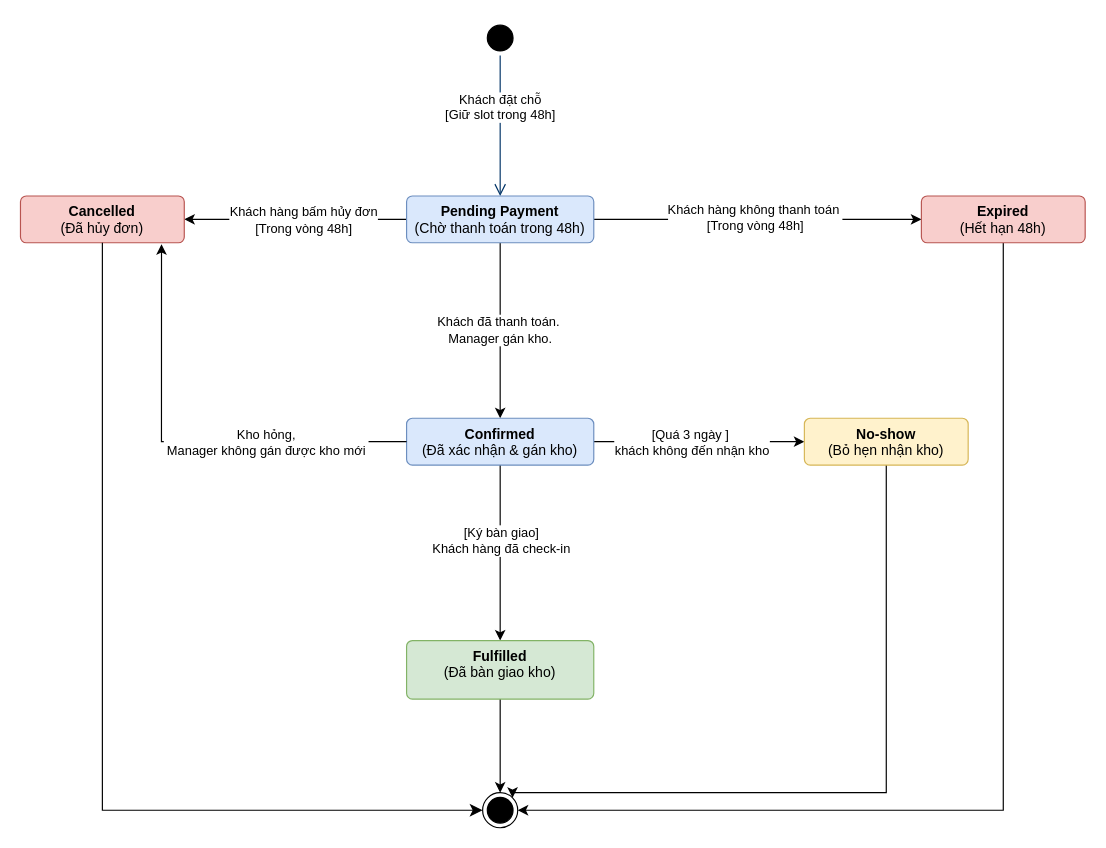
Before: docs/diagrams/state-machine-diagram-reservation.drawio in Nguyen-Van-Gia-Binh/Self-Storage-Facility-Rental-and-Management-System, a draw.io diagram. Source tidied: cells renumbered, new cells numbered last; positions are measured from the earlier drawing's top-left corner, leaving out a move shared by most shapes. Both pictures are drawn from the tidied source at 117%, with x=0, y=0 at pixel (20, 20).
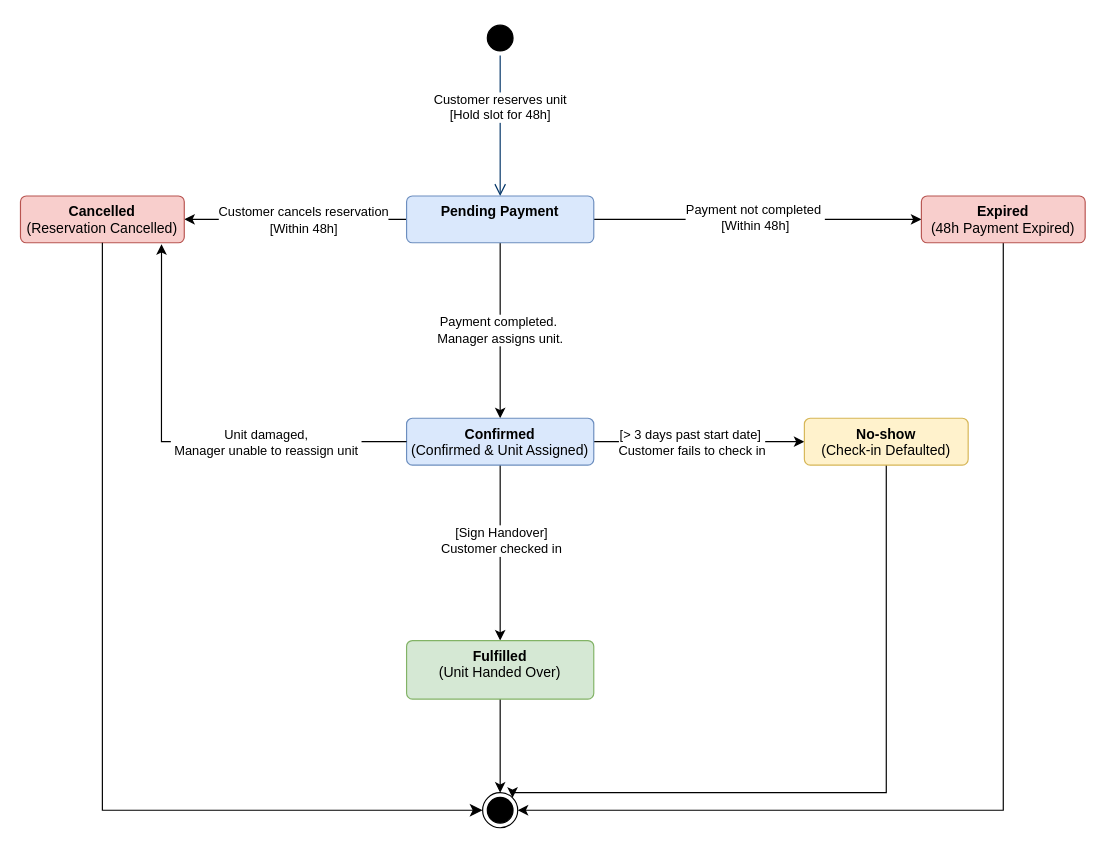
Above is the later version.

Commit message (it also covers changes not shown here):
docs(diagram): thêm ERD conceptual, quan hệ lõi và Logical Data Model (#28)

The change refers to these unchanged cells:
```xml
<mxCell id="2" style="ellipse;html=1;shape=startState;fillColor=#000000;strokeColor=#000000;" parent="1" vertex="1">
  <mxGeometry x="395" width="30" height="30" as="geometry" />
</mxCell>
<mxCell id="5" style="edgeStyle=orthogonalEdgeStyle;rounded=0;jettySize=auto;html=1;" parent="1" edge="1" source="9" target="17">
  <mxGeometry relative="1" as="geometry" />
</mxCell>
<mxCell id="7" style="edgeStyle=orthogonalEdgeStyle;rounded=0;jettySize=auto;html=1;" parent="1" edge="1" source="9" target="25">
  <mxGeometry relative="1" as="geometry" />
</mxCell>
<mxCell id="10" style="edgeStyle=orthogonalEdgeStyle;rounded=0;jettySize=auto;html=1;" parent="1" edge="1" source="14" target="16">
  <mxGeometry relative="1" as="geometry" />
</mxCell>
<mxCell id="12" style="edgeStyle=orthogonalEdgeStyle;rounded=0;jettySize=auto;html=1;" parent="1" edge="1" source="14" target="23">
  <mxGeometry relative="1" as="geometry" />
</mxCell>
<mxCell id="20" style="edgeStyle=orthogonalEdgeStyle;rounded=0;jettySize=auto;html=1;entryX=0.861;entryY=1.03;entryDx=0;entryDy=0;entryPerimeter=0;" parent="1" edge="1" source="14" target="17">
  <mxGeometry relative="1" as="geometry" />
</mxCell>
```

Change to the diagram source:
```diff
@@
-    <mxCell id="3" value="Khách đặt chỗ&lt;div&gt;[Giữ slot trong 48h]&lt;/div&gt;" style="edgeStyle=orthogonalEdgeStyle;html=1;verticalAlign=bottom;endArrow=open;endSize=8;strokeColor=#003366;rounded=0;entryX=0.5;entryY=0;entryDx=0;entryDy=0;" parent="1" edge="1" source="2" target="9">
+    <mxCell id="3" value="Customer reserves unit&lt;div&gt;[Hold slot for 48h]&lt;/div&gt;" style="edgeStyle=orthogonalEdgeStyle;html=1;verticalAlign=bottom;endArrow=open;endSize=8;strokeColor=#003366;rounded=0;entryX=0.5;entryY=0;entryDx=0;entryDy=0;" parent="1" edge="1" source="2" target="9">
       <mxGeometry relative="1" as="geometry" />
     </mxCell>
-    <mxCell id="4" value="Khách đã thanh toán.&amp;nbsp;&lt;div&gt;Manager gán kho.&lt;/div&gt;" style="edgeStyle=orthogonalEdgeStyle;rounded=0;jettySize=auto;html=1;" parent="1" edge="1" source="9" target="14">
+    <mxCell id="4" value="Payment completed.&amp;nbsp;&lt;div&gt;Manager assigns unit.&lt;/div&gt;" style="edgeStyle=orthogonalEdgeStyle;rounded=0;jettySize=auto;html=1;" parent="1" edge="1" source="9" target="14">
       <mxGeometry relative="1" as="geometry" />
     </mxCell>
@@
-    <mxCell id="6" value="Khách hàng bấm hủy đơn&lt;div&gt;[Trong vòng 48h]&lt;/div&gt;" style="edgeLabel;html=1;align=center;verticalAlign=middle;" parent="5" vertex="1">
+    <mxCell id="6" value="Customer cancels reservation&lt;div&gt;[Within 48h]&lt;/div&gt;" style="edgeLabel;html=1;align=center;verticalAlign=middle;" parent="5" vertex="1">
       <mxGeometry x="0.16" relative="1" as="geometry">
         <mxPoint x="21" as="offset" />
       </mxGeometry>
     </mxCell>
@@
-    <mxCell id="8" value="Khách hàng không thanh toán&amp;nbsp;&lt;div&gt;[Trong vòng 48h]&lt;/div&gt;" style="edgeLabel;html=1;align=center;verticalAlign=middle;" parent="7" vertex="1">
+    <mxCell id="8" value="Payment not completed&amp;nbsp;&lt;div&gt;[Within 48h]&lt;/div&gt;" style="edgeLabel;html=1;align=center;verticalAlign=middle;" parent="7" vertex="1">
       <mxGeometry x="-0.02" y="2" relative="1" as="geometry" />
     </mxCell>
-    <mxCell id="9" value="&lt;b&gt;Pending Payment&lt;/b&gt;&lt;div&gt;(Chờ thanh toán trong 48h)&lt;/div&gt;" style="html=1;align=center;verticalAlign=top;rounded=1;absoluteArcSize=1;arcSize=10;dashed=0;whiteSpace=wrap;fillColor=#dae8fc;strokeColor=#6c8ebf;" parent="1" vertex="1">
+    <mxCell id="9" value="&lt;b&gt;Pending Payment&lt;/b&gt;&lt;div&gt;&lt;/div&gt;" style="html=1;align=center;verticalAlign=top;rounded=1;absoluteArcSize=1;arcSize=10;dashed=0;whiteSpace=wrap;fillColor=#dae8fc;strokeColor=#6c8ebf;" parent="1" vertex="1">
       <mxGeometry x="330" y="150" width="160" height="40" as="geometry" />
     </mxCell>
@@
-    <mxCell id="11" value="[Ký bàn giao]&lt;div&gt;Khách hàng đã check-in&lt;/div&gt;" style="edgeLabel;html=1;align=center;verticalAlign=middle;" parent="10" vertex="1">
+    <mxCell id="11" value="[Sign Handover]&lt;div&gt;Customer checked in&lt;/div&gt;" style="edgeLabel;html=1;align=center;verticalAlign=middle;" parent="10" vertex="1">
       <mxGeometry x="-0.26" y="1" relative="1" as="geometry">
         <mxPoint x="-1" y="8" as="offset" />
       </mxGeometry>
     </mxCell>
@@
-    <mxCell id="13" value="[Quá 3 ngày ]&amp;nbsp;&lt;div&gt;khách không đến nhận kho&lt;/div&gt;" style="edgeLabel;html=1;align=center;verticalAlign=middle;" parent="12" vertex="1">
+    <mxCell id="13" value="[&gt; 3 days past start date]&amp;nbsp;&lt;div&gt;Customer fails to check in&lt;/div&gt;" style="edgeLabel;html=1;align=center;verticalAlign=middle;" parent="12" vertex="1">
       <mxGeometry x="0.05" relative="1" as="geometry">
         <mxPoint x="-12" as="offset" />
       </mxGeometry>
     </mxCell>
-    <mxCell id="14" value="&lt;b&gt;Confirmed&lt;/b&gt;&lt;div&gt;(Đã xác nhận &amp;amp; gán kho)&lt;/div&gt;" style="html=1;align=center;verticalAlign=top;rounded=1;absoluteArcSize=1;arcSize=10;dashed=0;whiteSpace=wrap;fillColor=#dae8fc;strokeColor=#6c8ebf;" parent="1" vertex="1">
+    <mxCell id="14" value="&lt;b&gt;Confirmed&lt;/b&gt;&lt;div&gt;(Confirmed &amp;amp; Unit Assigned)&lt;/div&gt;" style="html=1;align=center;verticalAlign=top;rounded=1;absoluteArcSize=1;arcSize=10;dashed=0;whiteSpace=wrap;fillColor=#dae8fc;strokeColor=#6c8ebf;" parent="1" vertex="1">
       <mxGeometry x="330" y="340" width="160" height="40" as="geometry" />
     </mxCell>
@@
-    <mxCell id="16" value="&lt;b&gt;Fulfilled&lt;/b&gt;&lt;div&gt;(Đã bàn giao kho)&lt;/div&gt;" style="html=1;align=center;verticalAlign=top;rounded=1;absoluteArcSize=1;arcSize=10;dashed=0;whiteSpace=wrap;fillColor=#d5e8d4;strokeColor=#82b366;" parent="1" vertex="1">
+    <mxCell id="16" value="&lt;b&gt;Fulfilled&lt;/b&gt;&lt;div&gt;(Unit Handed Over)&lt;/div&gt;" style="html=1;align=center;verticalAlign=top;rounded=1;absoluteArcSize=1;arcSize=10;dashed=0;whiteSpace=wrap;fillColor=#d5e8d4;strokeColor=#82b366;" parent="1" vertex="1">
       <mxGeometry x="330" y="530" width="160" height="50" as="geometry" />
     </mxCell>
-    <mxCell id="17" value="&lt;b&gt;Cancelled&lt;/b&gt;&lt;div&gt;(Đã hủy đơn)&lt;/div&gt;" style="html=1;align=center;verticalAlign=top;rounded=1;absoluteArcSize=1;arcSize=10;dashed=0;whiteSpace=wrap;fillColor=#f8cecc;strokeColor=#b85450;" parent="1" vertex="1">
+    <mxCell id="17" value="&lt;b&gt;Cancelled&lt;/b&gt;&lt;div&gt;(Reservation Cancelled)&lt;/div&gt;" style="html=1;align=center;verticalAlign=top;rounded=1;absoluteArcSize=1;arcSize=10;dashed=0;whiteSpace=wrap;fillColor=#f8cecc;strokeColor=#b85450;" parent="1" vertex="1">
       <mxGeometry y="150" width="140" height="40" as="geometry" />
     </mxCell>
@@
-    <mxCell id="21" value="Kho hỏng,&lt;div&gt;&amp;nbsp;Manager không gán được kho mới&amp;nbsp;&lt;/div&gt;" style="edgeLabel;html=1;align=center;verticalAlign=middle;" parent="20" vertex="1">
+    <mxCell id="21" value="Unit damaged,&lt;div&gt;&amp;nbsp;Manager unable to reassign unit&amp;nbsp;&lt;/div&gt;" style="edgeLabel;html=1;align=center;verticalAlign=middle;" parent="20" vertex="1">
       <mxGeometry x="-0.21" y="-1" relative="1" as="geometry">
         <mxPoint x="28" y="1" as="offset" />
       </mxGeometry>
     </mxCell>
@@
-    <mxCell id="23" value="&lt;b&gt;No-show&lt;/b&gt;&lt;div&gt;(Bỏ hẹn nhận kho)&lt;/div&gt;" style="html=1;align=center;verticalAlign=top;rounded=1;absoluteArcSize=1;arcSize=10;dashed=0;whiteSpace=wrap;fillColor=#fff2cc;strokeColor=#d6b656;" parent="1" vertex="1">
+    <mxCell id="23" value="&lt;b&gt;No-show&lt;/b&gt;&lt;div&gt;(Check-in Defaulted)&lt;/div&gt;" style="html=1;align=center;verticalAlign=top;rounded=1;absoluteArcSize=1;arcSize=10;dashed=0;whiteSpace=wrap;fillColor=#fff2cc;strokeColor=#d6b656;" parent="1" vertex="1">
       <mxGeometry x="670" y="340" width="140" height="40" as="geometry" />
     </mxCell>
@@
-    <mxCell id="25" value="&lt;b&gt;Expired&lt;/b&gt;&lt;div&gt;(Hết hạn 48h)&lt;/div&gt;" style="html=1;align=center;verticalAlign=top;rounded=1;absoluteArcSize=1;arcSize=10;dashed=0;whiteSpace=wrap;fillColor=#f8cecc;strokeColor=#b85450;" parent="1" vertex="1">
+    <mxCell id="25" value="&lt;b&gt;Expired&lt;/b&gt;&lt;div&gt;(48h Payment Expired)&lt;/div&gt;" style="html=1;align=center;verticalAlign=top;rounded=1;absoluteArcSize=1;arcSize=10;dashed=0;whiteSpace=wrap;fillColor=#f8cecc;strokeColor=#b85450;" parent="1" vertex="1">
       <mxGeometry x="770" y="150" width="140" height="40" as="geometry" />
     </mxCell>
```
